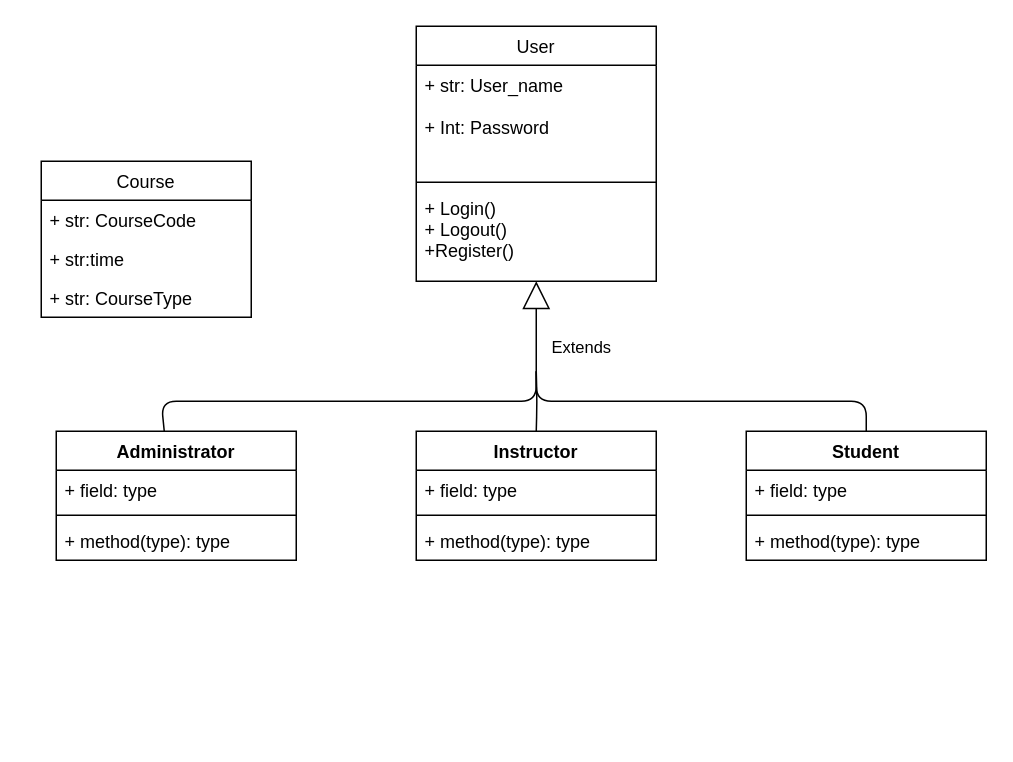
The draw.io diagram SEG2105_Project.drawio in Ze-48346/SEG2105_Project_Work, before the edit. Source tidied: cells renumbered, new cells numbered last; positions are measured from the earlier drawing's top-left corner, leaving out a move shared by most shapes. Both pictures are drawn from the tidied source at 150%, with x=0, y=0 at pixel (40, 26).
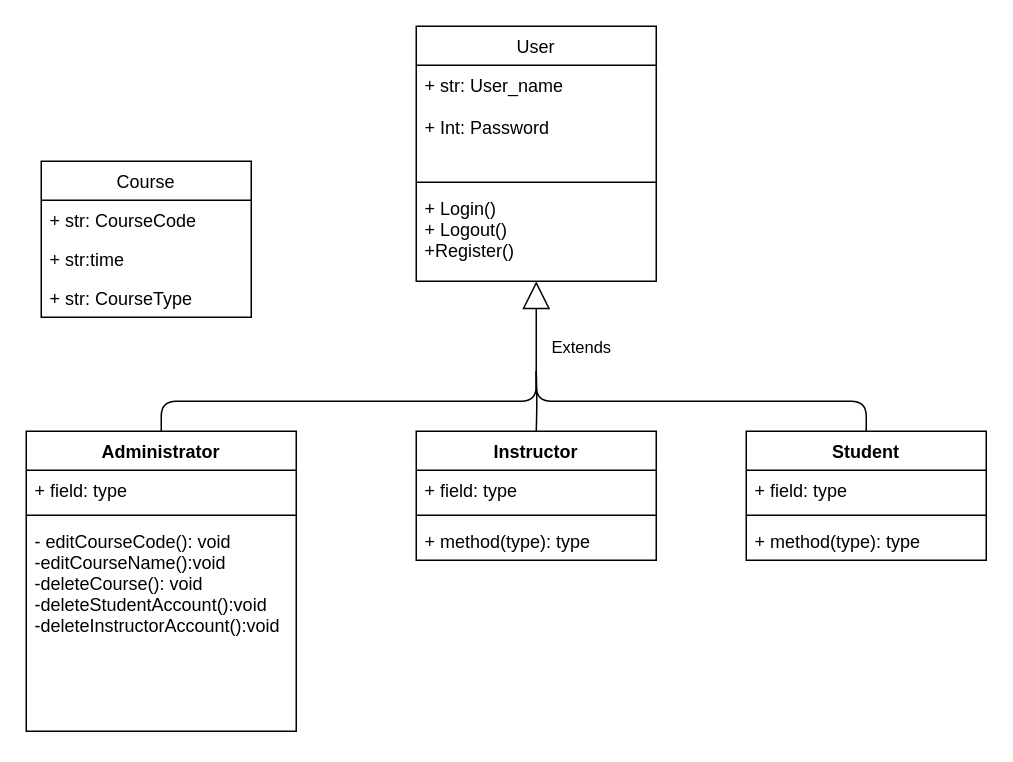
After the change.

Unchanged cells that the change refers to:
```xml
<mxCell id="2" value="User" style="swimlane;fontStyle=0;align=center;verticalAlign=top;horizontal=1;startSize=26;" parent="1" vertex="1">
  <mxGeometry x="250" width="160" height="170" as="geometry" />
</mxCell>
```

Change to the diagram source:
```diff
@@
     <mxCell id="6" value=" Administrator" style="swimlane;fontStyle=1;align=center;verticalAlign=top;horizontal=1;startSize=26;" parent="1" vertex="1">
-      <mxGeometry x="10" y="270" width="160" height="86" as="geometry" />
+      <mxGeometry x="-10" y="270" width="180" height="200" as="geometry" />
     </mxCell>
     <mxCell id="7" value="+ field: type" style="text;strokeColor=none;fillColor=none;align=left;verticalAlign=top;spacingLeft=4;spacingRight=4;overflow=hidden;" parent="6" vertex="1">
-      <mxGeometry y="26" width="160" height="26" as="geometry" />
+      <mxGeometry y="26" width="180" height="26" as="geometry" />
     </mxCell>
     <mxCell id="8" style="line;strokeWidth=1;fillColor=none;align=left;verticalAlign=middle;spacingTop=-1;spacingLeft=3;spacingRight=3;labelPosition=right;" parent="6" vertex="1">
-      <mxGeometry y="52" width="160" height="8" as="geometry" />
+      <mxGeometry y="52" width="180" height="8" as="geometry" />
     </mxCell>
-    <mxCell id="9" value="+ method(type): type" style="text;strokeColor=none;fillColor=none;align=left;verticalAlign=top;spacingLeft=4;spacingRight=4;overflow=hidden;" parent="6" vertex="1">
-      <mxGeometry y="60" width="160" height="26" as="geometry" />
+    <mxCell id="9" value="- editCourseCode(): void&#10;-editCourseName():void&#10;-deleteCourse(): void&#10;-deleteStudentAccount():void&#10;-deleteInstructorAccount():void&#10;&#10;" style="text;strokeColor=none;fillColor=none;align=left;verticalAlign=top;spacingLeft=4;spacingRight=4;overflow=hidden;" parent="6" vertex="1">
+      <mxGeometry y="60" width="180" height="140" as="geometry" />
     </mxCell>
@@
-    <mxCell id="18" value="Extends" style="endArrow=block;endSize=16;endFill=0;html=1;entryX=0.5;entryY=1;entryDx=0;entryDy=0;exitX=0.45;exitY=0;exitDx=0;exitDy=0;exitPerimeter=0;" parent="1" edge="1" source="6" target="2">
+    <mxCell id="18" value="Extends" style="endArrow=block;endSize=16;endFill=0;html=1;entryX=0.5;entryY=1;entryDx=0;entryDy=0;exitX=0.5;exitY=0;exitDx=0;exitDy=0;" parent="1" edge="1" source="6" target="2">
       <mxGeometry x="0.75" y="-30" relative="1" as="geometry">
         <Array as="points">
           <mxPoint x="80" y="250" />
           <mxPoint x="330" y="250" />
         </Array>
       </mxGeometry>
     </mxCell>
```
